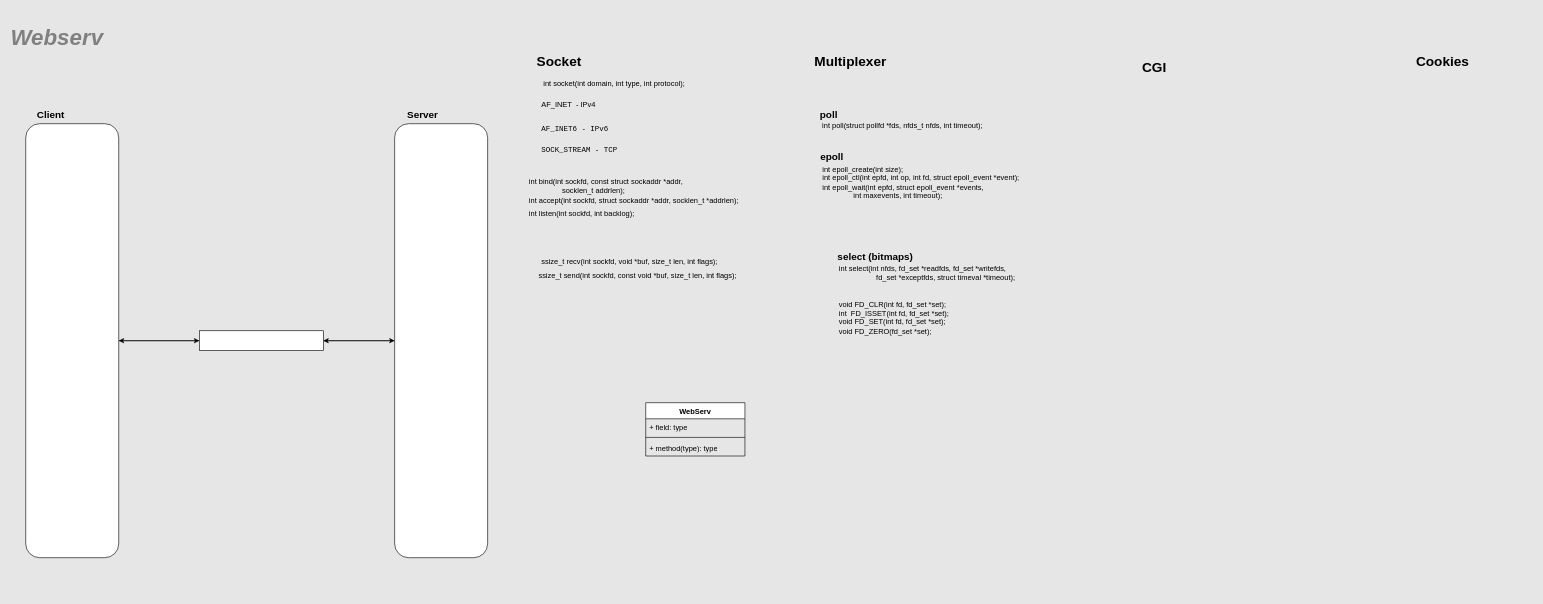
Above: diagram/webserv-diagram.drawio in ykl910/42-webserv (draw.io), before the change. Source tidied: cells renumbered, new cells numbered last; positions are measured from the earlier drawing's top-left corner, leaving out a move shared by most shapes. Both pictures are drawn from the tidied source at 62%, with x=0, y=0 at pixel (25, 24).
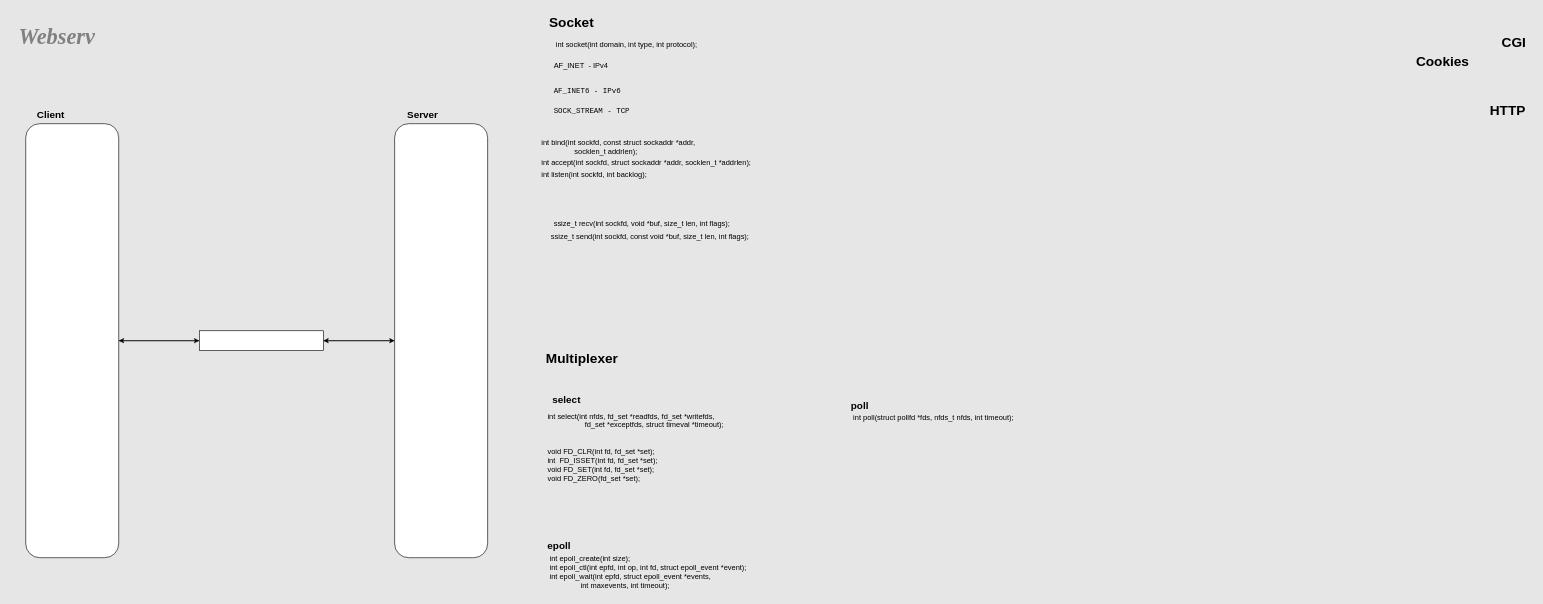
Above is the later version.

Diff of the diagram source:
```diff
@@
-    <mxCell id="2" value="&lt;font face=&quot;Helvetica&quot; style=&quot;color: rgb(128, 128, 128); font-size: 36px;&quot;&gt;&lt;i style=&quot;&quot;&gt;Webserv&lt;/i&gt;&lt;/font&gt;" style="text;strokeColor=none;fillColor=none;html=1;fontSize=24;fontStyle=1;verticalAlign=middle;align=center;" parent="1" vertex="1">
+    <mxCell id="2" value="&lt;font face=&quot;Times New Roman&quot; style=&quot;color: rgb(128, 128, 128); font-size: 36px;&quot;&gt;&lt;i style=&quot;&quot;&gt;Webserv&lt;/i&gt;&lt;/font&gt;" style="text;strokeColor=none;fillColor=none;html=1;fontSize=24;fontStyle=1;verticalAlign=middle;align=center;" parent="1" vertex="1">
       <mxGeometry width="100" height="40" as="geometry" />
     </mxCell>
@@
-    <mxCell id="5" value="select (bitmaps)" style="text;html=1;align=center;verticalAlign=middle;strokeColor=none;fillColor=none;fontStyle=1;fontSize=16;" parent="1" vertex="1">
-      <mxGeometry x="1300" y="360" width="140" height="30" as="geometry" />
+    <mxCell id="5" value="select" style="text;html=1;align=center;verticalAlign=middle;strokeColor=none;fillColor=none;fontStyle=1;fontSize=16;" parent="1" vertex="1">
+      <mxGeometry x="837" y="590" width="70" height="30" as="geometry" />
     </mxCell>
     <mxCell id="6" value="poll" style="text;html=1;align=center;verticalAlign=middle;strokeColor=none;fillColor=none;fontStyle=1;fontSize=16;" parent="1" vertex="1">
-      <mxGeometry x="1270" y="130" width="50" height="30" as="geometry" />
+      <mxGeometry x="1320" y="600" width="50" height="30" as="geometry" />
     </mxCell>
     <mxCell id="7" value="epoll" style="text;html=1;align=center;verticalAlign=middle;strokeColor=none;fillColor=none;fontStyle=1;fontSize=16;" parent="1" vertex="1">
-      <mxGeometry x="1270" y="198" width="60" height="30" as="geometry" />
+      <mxGeometry x="830" y="826" width="60" height="30" as="geometry" />
     </mxCell>
@@
     <mxCell id="12" value="AF_INET&amp;nbsp; - IPv4" style="text;whiteSpace=wrap;html=1;" parent="1" vertex="1">
-      <mxGeometry x="830" y="115" width="135" height="40" as="geometry" />
+      <mxGeometry x="850" y="53" width="135" height="40" as="geometry" />
     </mxCell>
     <mxCell id="13" value="&lt;code&gt;AF_INET6 - IPv6&lt;/code&gt;" style="text;whiteSpace=wrap;html=1;" parent="1" vertex="1">
-      <mxGeometry x="830" y="155" width="170" height="40" as="geometry" />
+      <mxGeometry x="850" y="93" width="170" height="40" as="geometry" />
     </mxCell>
     <mxCell id="14" value="&lt;code&gt;SOCK_STREAM - TCP&lt;/code&gt;" style="text;whiteSpace=wrap;html=1;" parent="1" vertex="1">
-      <mxGeometry x="830" y="188" width="160" height="40" as="geometry" />
+      <mxGeometry x="850" y="126" width="160" height="40" as="geometry" />
     </mxCell>
     <mxCell id="15" value="&lt;b&gt;&lt;font style=&quot;font-size: 22px;&quot;&gt;Multiplexer&lt;/font&gt;&lt;/b&gt;" style="text;html=1;align=center;verticalAlign=middle;strokeColor=none;fillColor=none;" parent="1" vertex="1">
-      <mxGeometry x="1260" y="40" width="140" height="40" as="geometry" />
+      <mxGeometry x="827" y="520" width="140" height="40" as="geometry" />
     </mxCell>
     <mxCell id="16" value="&lt;b&gt;&lt;font style=&quot;font-size: 22px;&quot;&gt;Socket&lt;/font&gt;&lt;/b&gt;" style="text;html=1;align=center;verticalAlign=middle;strokeColor=none;fillColor=none;" parent="1" vertex="1">
-      <mxGeometry x="810" y="40" width="100" height="40" as="geometry" />
+      <mxGeometry x="830" y="-22" width="100" height="40" as="geometry" />
     </mxCell>
     <mxCell id="17" value="int select(int nfds, fd_set *readfds, fd_set *writefds,&#10;                  fd_set *exceptfds, struct timeval *timeout);&#10;&#10;&#10;void FD_CLR(int fd, fd_set *set);&#10;int  FD_ISSET(int fd, fd_set *set);&#10;void FD_SET(int fd, fd_set *set);&#10;void FD_ZERO(fd_set *set);" style="text;whiteSpace=wrap;" parent="1" vertex="1">
-      <mxGeometry x="1310" y="380" width="320" height="140" as="geometry" />
+      <mxGeometry x="840" y="618" width="320" height="140" as="geometry" />
     </mxCell>
     <mxCell id="18" value="int poll(struct pollfd *fds, nfds_t nfds, int timeout);&#10;" style="text;whiteSpace=wrap;" parent="1" vertex="1">
-      <mxGeometry x="1283" y="150" width="290" height="40" as="geometry" />
+      <mxGeometry x="1333" y="620" width="290" height="40" as="geometry" />
     </mxCell>
     <mxCell id="19" value="&lt;div&gt;&amp;nbsp; &amp;nbsp; &amp;nbsp; &amp;nbsp;int epoll_create(int size);&lt;/div&gt;&lt;div&gt;&lt;div&gt;&amp;nbsp; &amp;nbsp; &amp;nbsp; &amp;nbsp;int epoll_ctl(int epfd, int op, int fd, struct epoll_event *event);&lt;/div&gt;&lt;/div&gt;&lt;div&gt;&lt;div&gt;&amp;nbsp; &amp;nbsp; &amp;nbsp; &amp;nbsp;int epoll_wait(int epfd, struct epoll_event *events,&lt;/div&gt;&lt;div&gt;&amp;nbsp; &amp;nbsp; &amp;nbsp; &amp;nbsp; &amp;nbsp; &amp;nbsp; &amp;nbsp; &amp;nbsp; &amp;nbsp; &amp;nbsp; &amp;nbsp; int maxevents, int timeout);&lt;/div&gt;&lt;/div&gt;" style="text;html=1;align=left;verticalAlign=middle;strokeColor=none;fillColor=none;" parent="1" vertex="1">
-      <mxGeometry x="1260" y="220" width="360" height="70" as="geometry" />
+      <mxGeometry x="820" y="848" width="360" height="70" as="geometry" />
     </mxCell>
     <mxCell id="20" value="&amp;nbsp; &amp;nbsp; &amp;nbsp; &amp;nbsp;int socket(int domain, int type, int protocol);" style="text;html=1;align=left;verticalAlign=middle;strokeColor=none;fillColor=none;" parent="1" vertex="1">
-      <mxGeometry x="810" y="80" width="270" height="30" as="geometry" />
+      <mxGeometry x="830" y="18" width="270" height="30" as="geometry" />
     </mxCell>
     <mxCell id="21" value="&lt;div&gt;int bind(int sockfd, const struct sockaddr *addr,&lt;/div&gt;&lt;div&gt;&amp;nbsp; &amp;nbsp; &amp;nbsp; &amp;nbsp; &amp;nbsp; &amp;nbsp; &amp;nbsp; &amp;nbsp; socklen_t addrlen);&lt;/div&gt;" style="text;html=1;align=left;verticalAlign=middle;strokeColor=none;fillColor=none;" parent="1" vertex="1">
-      <mxGeometry x="810" y="240" width="270" height="40" as="geometry" />
+      <mxGeometry x="830" y="178" width="270" height="40" as="geometry" />
     </mxCell>
     <mxCell id="22" value="int accept(int sockfd, struct sockaddr *addr, socklen_t *addrlen);" style="text;html=1;align=left;verticalAlign=middle;strokeColor=none;fillColor=none;" parent="1" vertex="1">
-      <mxGeometry x="810" y="270" width="360" height="30" as="geometry" />
+      <mxGeometry x="830" y="208" width="360" height="30" as="geometry" />
     </mxCell>
     <mxCell id="23" value="&lt;div&gt;int listen(int sockfd, int backlog);&lt;/div&gt;" style="text;html=1;align=left;verticalAlign=middle;strokeColor=none;fillColor=none;" parent="1" vertex="1">
-      <mxGeometry x="810" y="290" width="190" height="30" as="geometry" />
+      <mxGeometry x="830" y="228" width="190" height="30" as="geometry" />
     </mxCell>
     <mxCell id="24" value="ssize_t recv(int sockfd, void *buf, size_t len, int flags);" style="text;html=1;align=left;verticalAlign=middle;strokeColor=none;fillColor=none;" parent="1" vertex="1">
-      <mxGeometry x="830" y="368" width="310" height="30" as="geometry" />
+      <mxGeometry x="850" y="306" width="310" height="30" as="geometry" />
     </mxCell>
     <mxCell id="25" value="&amp;nbsp; &amp;nbsp; &amp;nbsp; &amp;nbsp;ssize_t send(int sockfd, const void *buf, size_t len, int flags);" style="text;html=1;align=center;verticalAlign=middle;strokeColor=none;fillColor=none;" parent="1" vertex="1">
-      <mxGeometry x="790" y="390" width="370" height="30" as="geometry" />
+      <mxGeometry x="810" y="328" width="370" height="30" as="geometry" />
     </mxCell>
-    <mxCell id="26" value="WebServ" style="swimlane;fontStyle=1;align=center;verticalAlign=top;horizontal=1;startSize=26;whiteSpace=wrap;html=1;" parent="1" vertex="1">
-      <mxGeometry x="1000" y="610" width="160" height="86" as="geometry" />
-    </mxCell>
-    <mxCell id="27" value="+ field: type" style="text;strokeColor=none;fillColor=none;align=left;verticalAlign=top;spacingLeft=4;spacingRight=4;overflow=hidden;whiteSpace=wrap;html=1;" parent="26" vertex="1">
-      <mxGeometry y="26" width="160" height="26" as="geometry" />
-    </mxCell>
-    <mxCell id="28" style="line;strokeWidth=1;fillColor=none;align=left;verticalAlign=middle;spacingTop=-1;spacingLeft=3;spacingRight=3;labelPosition=right;strokeColor=inherit;" parent="26" vertex="1">
-      <mxGeometry y="52" width="160" height="8" as="geometry" />
-    </mxCell>
-    <mxCell id="29" value="+ method(type): type" style="text;strokeColor=none;fillColor=none;align=left;verticalAlign=top;spacingLeft=4;spacingRight=4;overflow=hidden;whiteSpace=wrap;html=1;" parent="26" vertex="1">
-      <mxGeometry y="60" width="160" height="26" as="geometry" />
-    </mxCell>
@@
     <mxCell id="33" value="&lt;b&gt;&lt;font style=&quot;font-size: 22px;&quot;&gt;CGI&lt;/font&gt;&lt;/b&gt;" style="text;html=1;align=center;verticalAlign=middle;strokeColor=none;fillColor=none;" parent="1" vertex="1">
-      <mxGeometry x="1790" y="50" width="60" height="40" as="geometry" />
+      <mxGeometry x="2370" y="10" width="60" height="40" as="geometry" />
     </mxCell>
@@
+    <mxCell id="35" value="&lt;span style=&quot;font-size: 22px;&quot;&gt;&lt;b&gt;HTTP&lt;/b&gt;&lt;/span&gt;" style="text;html=1;align=center;verticalAlign=middle;strokeColor=none;fillColor=none;" parent="1" vertex="1">
+      <mxGeometry x="2350" y="120" width="80" height="40" as="geometry" />
+    </mxCell>
```
